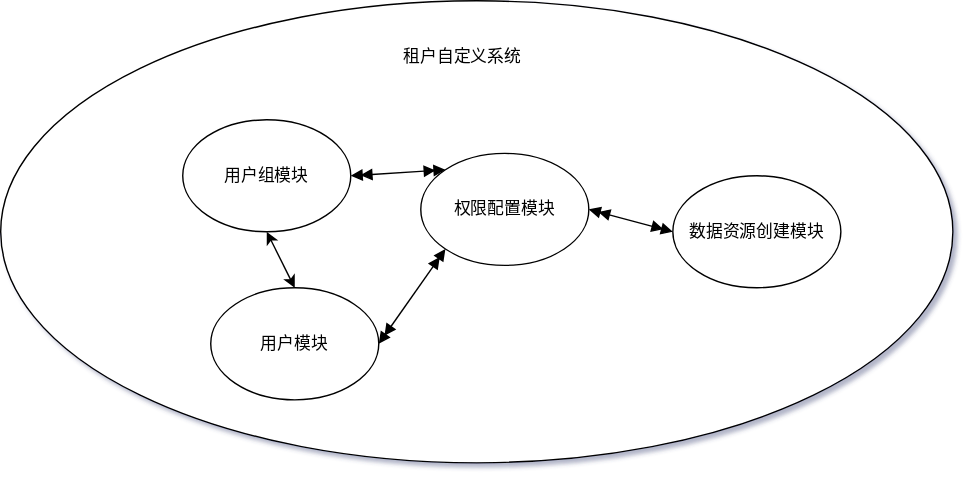
Before: 自定义条件.svg, a diagram exported from draw.io (Zr-2021/draw.io_folder). Source tidied: cells renumbered, new cells last; positions are measured from the earlier drawing's top-left corner, leaving out a move shared by most shapes.
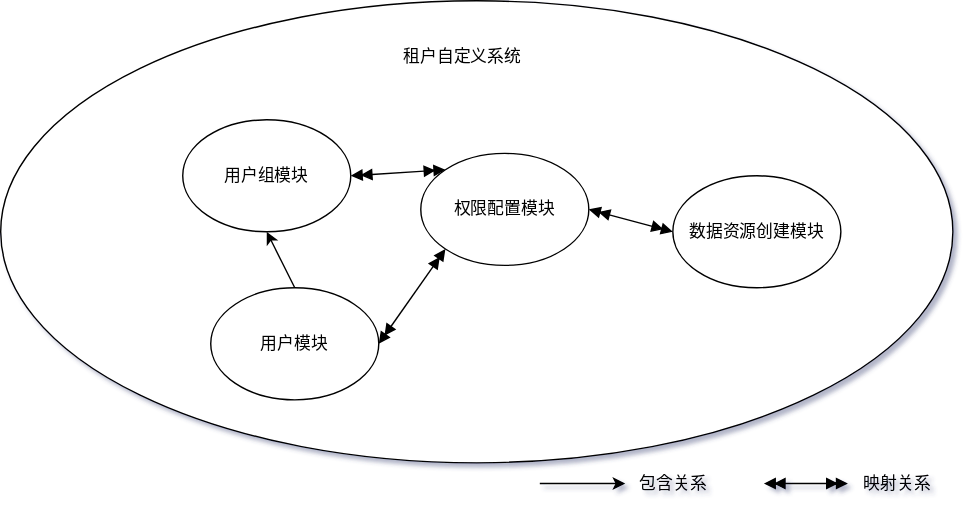
The same diagram one commit later.

Commit message:
更新自定义条件.svg

Diff of the diagram source:
```diff
@@ -20,7 +20,7 @@
     <mxCell id="7" value="权限配置模块" style="ellipse;whiteSpace=wrap;html=1;" parent="1" vertex="1">
       <mxGeometry x="300" y="109" width="120" height="80" as="geometry" />
     </mxCell>
-    <mxCell id="8" style="endArrow=classic;startArrow=classic;html=1;rounded=0;entryX=0.5;entryY=1;entryDx=0;entryDy=0;exitX=0.5;exitY=0;exitDx=0;exitDy=0;" parent="1" edge="1" source="4" target="5">
+    <mxCell id="8" style="endArrow=classic;startArrow=none;html=1;rounded=0;entryX=0.5;entryY=1;entryDx=0;entryDy=0;exitX=0.5;exitY=0;exitDx=0;exitDy=0;startFill=0;" parent="1" edge="1" source="4" target="5">
       <mxGeometry relative="1" as="geometry" />
     </mxCell>
     <mxCell id="9" style="endArrow=doubleBlock;startArrow=doubleBlock;html=1;rounded=0;startFill=1;endFill=1;exitX=1;exitY=0.5;exitDx=0;exitDy=0;entryX=0;entryY=0;entryDx=0;entryDy=0;" parent="1" edge="1" source="5" target="7">
@@ -32,5 +32,23 @@
     <mxCell id="11" style="endArrow=doubleBlock;startArrow=doubleBlock;html=1;rounded=0;startFill=1;endFill=1;exitX=1;exitY=0.5;exitDx=0;exitDy=0;entryX=0;entryY=0.5;entryDx=0;entryDy=0;" parent="1" edge="1" source="7" target="6">
       <mxGeometry relative="1" as="geometry" />
     </mxCell>
+    <mxCell id="12" style="endArrow=classic;startArrow=none;html=1;rounded=0;startFill=0;" parent="1" edge="1">
+      <mxGeometry relative="1" as="geometry">
+        <mxPoint x="385" y="344.8" as="sourcePoint" />
+        <mxPoint x="446" y="344.8" as="targetPoint" />
+      </mxGeometry>
+    </mxCell>
+    <mxCell id="13" value="包含关系" style="text;html=1;align=center;verticalAlign=middle;strokeColor=none;fillColor=none;" parent="1" vertex="1">
+      <mxGeometry x="445" y="330" width="70" height="30" as="geometry" />
+    </mxCell>
+    <mxCell id="14" style="endArrow=doubleBlock;startArrow=doubleBlock;html=1;rounded=0;startFill=1;endFill=1;" parent="1" edge="1">
+      <mxGeometry relative="1" as="geometry">
+        <mxPoint x="545" y="344.8" as="sourcePoint" />
+        <mxPoint x="605" y="344.8" as="targetPoint" />
+      </mxGeometry>
+    </mxCell>
+    <mxCell id="15" value="映射关系" style="text;html=1;align=center;verticalAlign=middle;strokeColor=none;fillColor=none;" parent="1" vertex="1">
+      <mxGeometry x="605" y="330" width="70" height="30" as="geometry" />
+    </mxCell>
   </root>
 </mxGraphModel>
```
